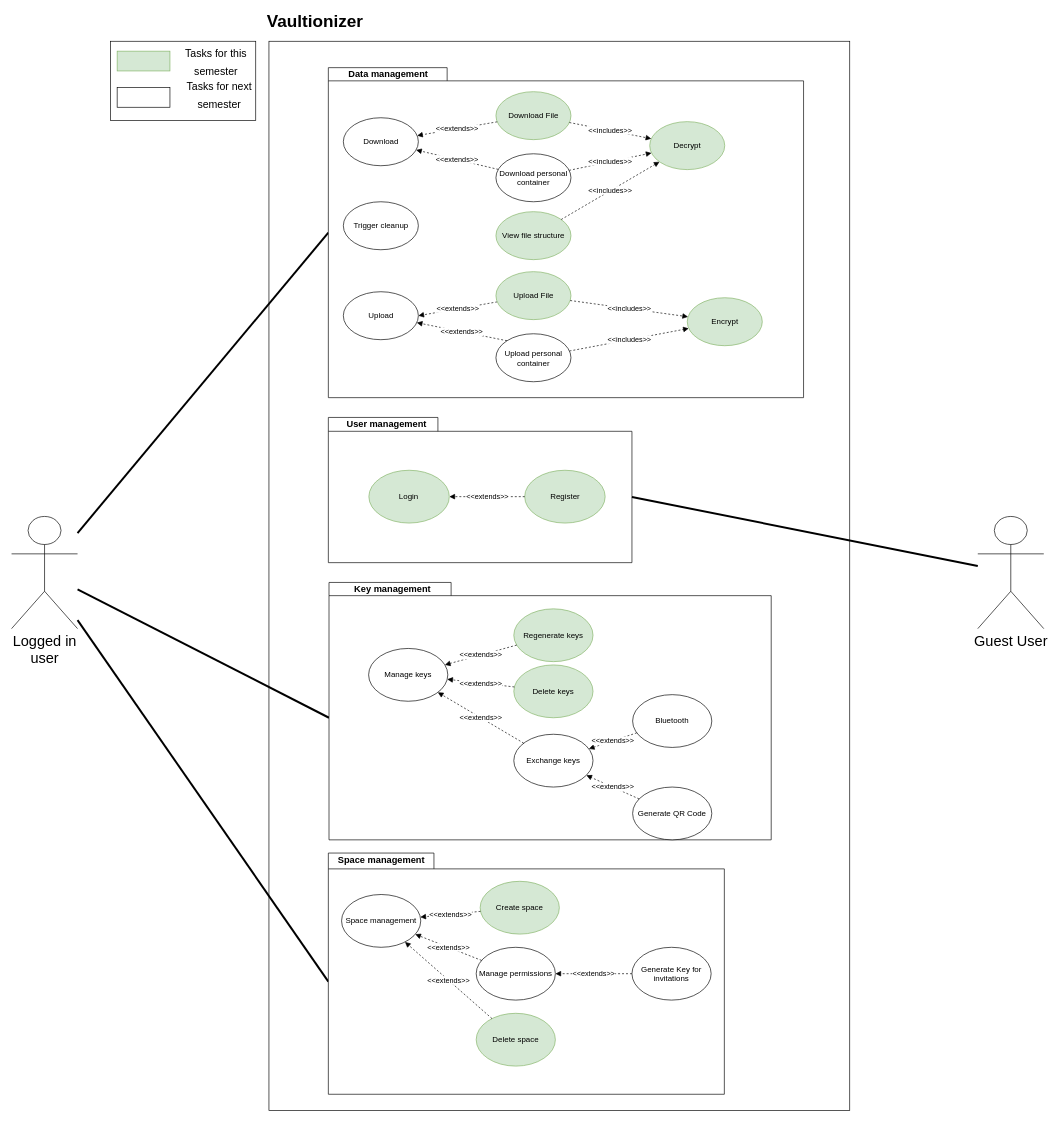
Before: img/use_cases/overall_use_case.drawio in Vaultionizer/vault-docs, a draw.io diagram. Source tidied: cells renumbered, new cells numbered last; positions are measured from the earlier drawing's top-left corner, leaving out a move shared by most shapes. Both pictures are drawn from the tidied source at 66%, with x=0, y=0 at pixel (11, 15).
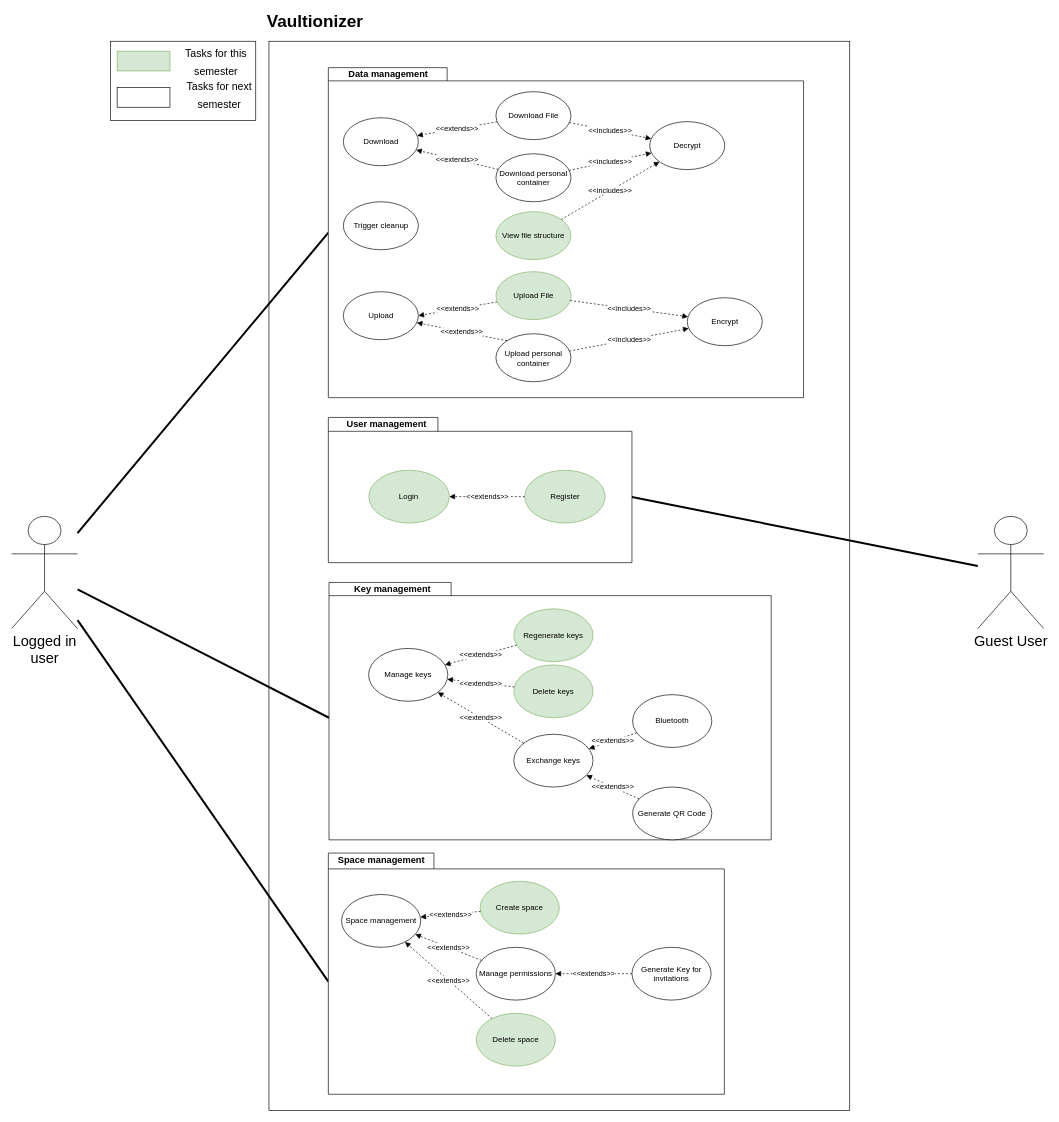
The same page after the edit.

Commit message (it also covers changes not shown here):
Update use cases (#27)

* Adjust use cases

* Update svg

The change refers to these unchanged cells:
```xml
<mxCell id="42" style="group;" parent="1" vertex="1">
  <mxGeometry x="480" y="80" width="720" height="500" as="geometry" />
</mxCell>
```

Change to the diagram source:
```diff
@@
-    <mxCell id="47" value="Encrypt " style="ellipse;whiteSpace=wrap;html=1;fillColor=#d5e8d4;strokeColor=#82b366;" parent="42" vertex="1">
+    <mxCell id="47" value="Encrypt " style="ellipse;whiteSpace=wrap;html=1;" parent="42" vertex="1">
       <mxGeometry x="543.8" y="348.6" width="113.7" height="72.7" as="geometry" />
     </mxCell>
@@
-    <mxCell id="54" value="Download File" style="ellipse;whiteSpace=wrap;html=1;fillColor=#d5e8d4;strokeColor=#82b366;" parent="42" vertex="1">
+    <mxCell id="54" value="Download File" style="ellipse;whiteSpace=wrap;html=1;" parent="42" vertex="1">
       <mxGeometry x="253.9" y="36.4" width="113.7" height="72.7" as="geometry" />
     </mxCell>
-    <mxCell id="55" value="Decrypt" style="ellipse;whiteSpace=wrap;html=1;fillColor=#d5e8d4;strokeColor=#82b366;" parent="42" vertex="1">
+    <mxCell id="55" value="Decrypt" style="ellipse;whiteSpace=wrap;html=1;" parent="42" vertex="1">
       <mxGeometry x="486.9" y="81.8" width="113.7" height="72.7" as="geometry" />
     </mxCell>
```
